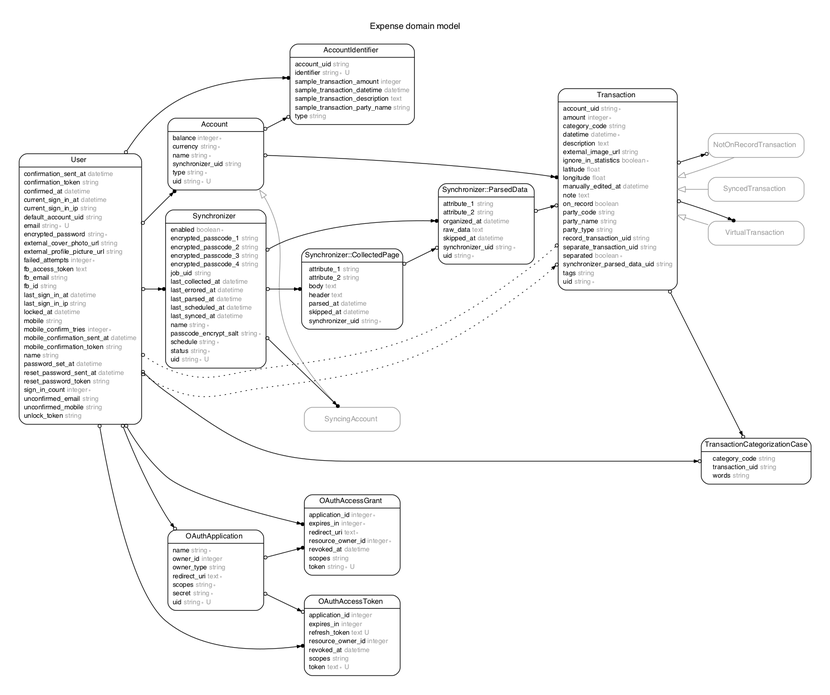
The Graphviz diagram erd.png in expenture/Expense, before a commit. Its source is kept beside it as erd.dot.
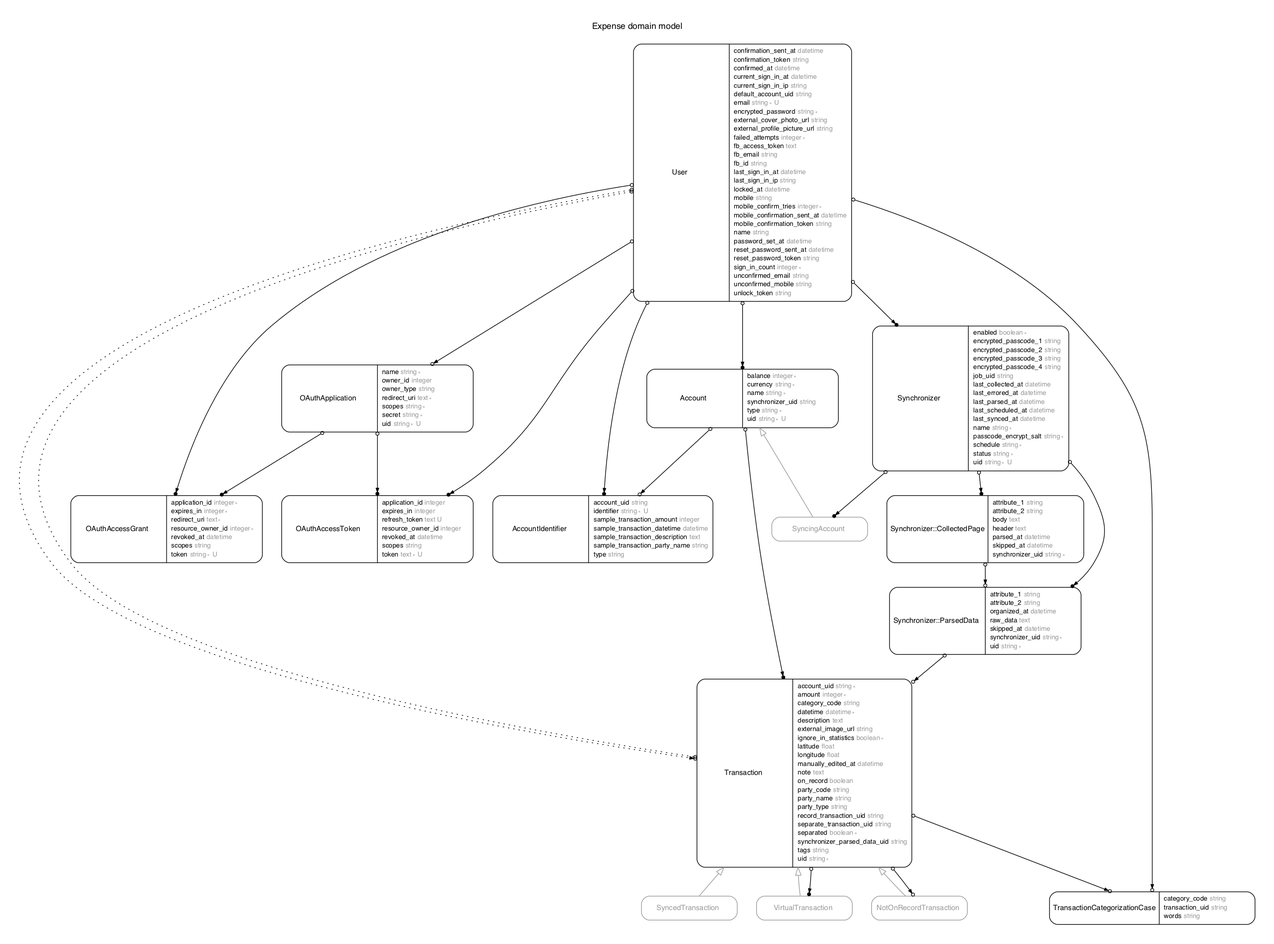
After the commit.

Diff of the diagram source:
```diff
@@ -10,6 +10,7 @@
 fontname = "Arial BoldMT";
 node[ shape  =  "Mrecord" , fontsize  =  "10" , fontname  =  "ArialMT" , margin  =  "0.07,0.05" , penwidth  =  "1.0"];
 edge[ fontname  =  "ArialMT" , fontsize  =  "7" , dir  =  "both" , arrowsize  =  "0.9" , penwidth  =  "1.0" , labelangle  =  "32" , labeldistance  =  "1.8"];
+rankdir = "TB";
 label = "Expense domain model\n\n";
 m_Account [label = <<table border="0" align="center" cellspacing="0.5" cellpadding="0" width="134">
   <tr><td align="center" valign="bottom" width="130"><font face="Arial BoldMT" point-size="11">Account</font></td></tr>
@@ -228,7 +229,7 @@
   m_User -> m_OAuthAccessGrant [arrowsize = "0.6", arrowhead = "dotnormal", arrowtail = "odot", weight = "1"];
   m_OAuthApplication -> m_OAuthAccessGrant [arrowsize = "0.6", arrowhead = "dotnormal", arrowtail = "odot", weight = "2"];
   m_User -> m_OAuthAccessToken [arrowsize = "0.6", arrowhead = "dotnormal", arrowtail = "odot", weight = "1"];
-  m_OAuthApplication -> m_OAuthAccessToken [arrowsize = "0.6", arrowhead = "odotnormal", arrowtail = "odot", weight = "2"];
+  m_OAuthApplication -> m_OAuthAccessToken [arrowsize = "0.6", arrowhead = "dotnormal", arrowtail = "odot", weight = "2"];
   m_User -> m_OAuthApplication [arrowsize = "0.6", arrowhead = "odotnormal", arrowtail = "odot", weight = "1"];
   m_User -> m_Account [arrowsize = "0.6", arrowhead = "dotnormal", arrowtail = "odot", weight = "3"];
   m_User -> m_Transaction [style = "dotted", arrowsize = "0.6", arrowhead = "odotnormal", arrowtail = "odot", weight = "1", constraint = "false"];
```
